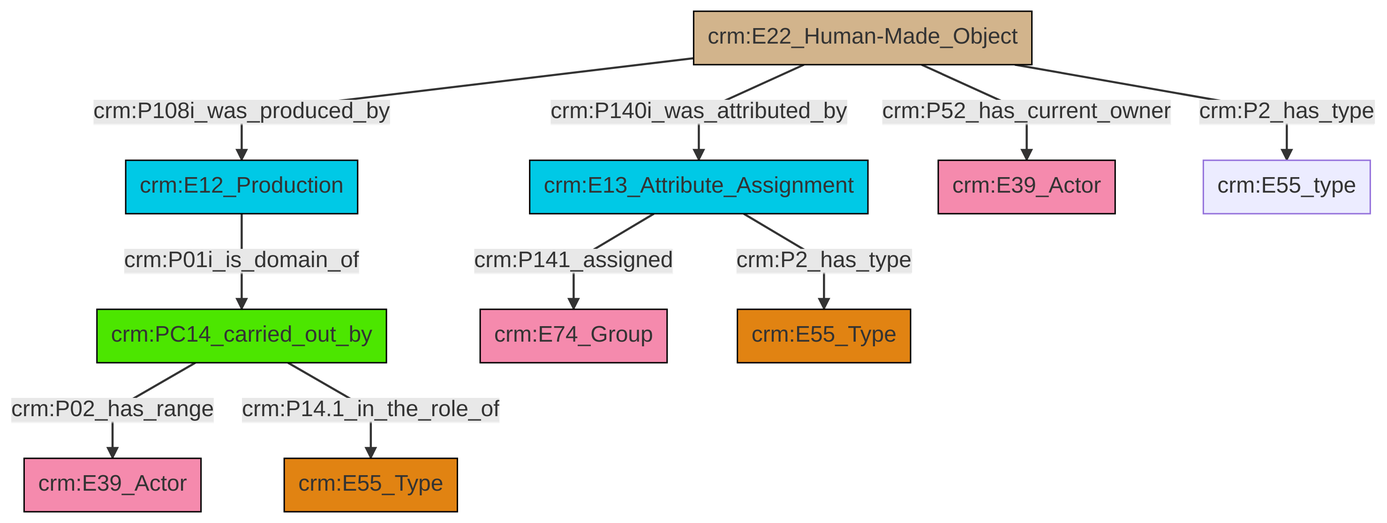
This is et/builtWorkCSV/ttl/mmd/png/Built_Work_actor_relations.png from swiss-art-research-net/docs.swissartresearch, a Mermaid export, as it was before one commit. Its source is kept beside it as et/builtWorkCSV/ttl/mmd/Built_Work_actor_relations.ttl.mmd.
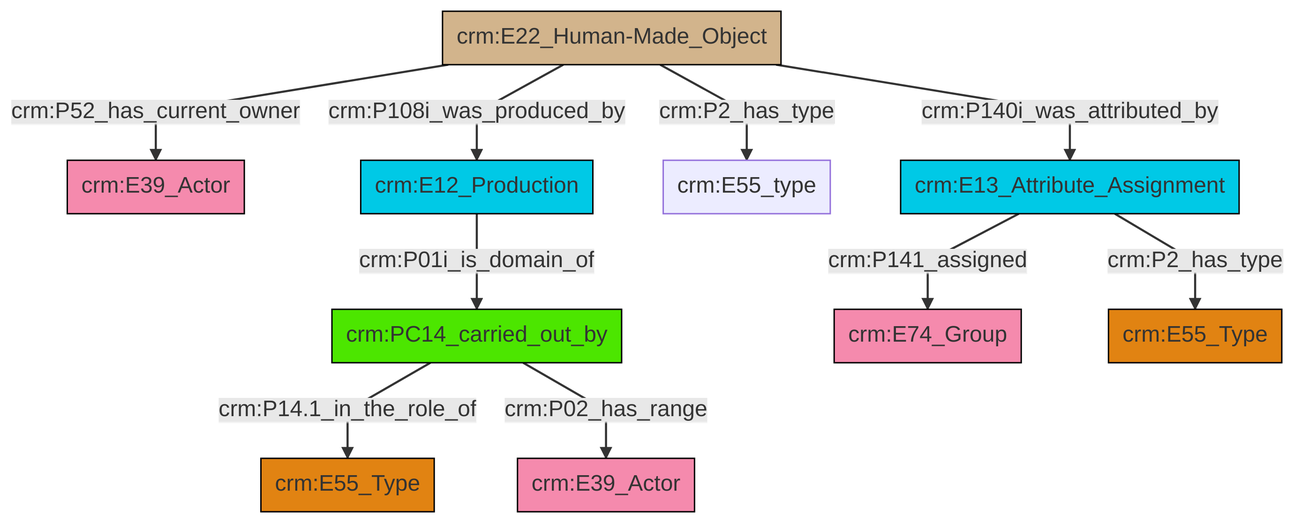
The same diagram one commit later.

What changed in the source:
```diff
@@ -13,12 +13,12 @@
 classDef PC_Classes fill:#4ce600, stroke:#000000;
 classDef Multi fill:#cccccc,stroke:#000000;
 
-0["crm:E22_Human-Made_Object"]:::Physical_Thing -->|crm:P108i_was_produced_by| 1["crm:E12_Production"]:::Temporal_Entity
-2["crm:PC14_carried_out_by"]:::PC_Classes -->|crm:P02_has_range| 3["crm:E39_Actor"]:::Actor
-0["crm:E22_Human-Made_Object"]:::Physical_Thing -->|crm:P52_has_current_owner| 8["crm:E39_Actor"]:::Actor
-4["crm:E13_Attribute_Assignment"]:::Temporal_Entity -->|crm:P141_assigned| 6["crm:E74_Group"]:::Actor
-4["crm:E13_Attribute_Assignment"]:::Temporal_Entity -->|crm:P2_has_type| 9["crm:E55_Type"]:::Type
-2["crm:PC14_carried_out_by"]:::PC_Classes -->|crm:P14.1_in_the_role_of| 12["crm:E55_Type"]:::Type
-0["crm:E22_Human-Made_Object"]:::Physical_Thing -->|crm:P2_has_type| 13["crm:E55_type"]:::Default
-1["crm:E12_Production"]:::Temporal_Entity -->|crm:P01i_is_domain_of| 2["crm:PC14_carried_out_by"]:::PC_Classes
-0["crm:E22_Human-Made_Object"]:::Physical_Thing -->|crm:P140i_was_attributed_by| 4["crm:E13_Attribute_Assignment"]:::Temporal_Entity
+2["crm:E12_Production"]:::Temporal_Entity -->|crm:P01i_is_domain_of| 3["crm:PC14_carried_out_by"]:::PC_Classes
+4["crm:E22_Human-Made_Object"]:::Physical_Thing -->|crm:P2_has_type| 5["crm:E55_type"]:::Default
+3["crm:PC14_carried_out_by"]:::PC_Classes -->|crm:P14.1_in_the_role_of| 6["crm:E55_Type"]:::Type
+4["crm:E22_Human-Made_Object"]:::Physical_Thing -->|crm:P108i_was_produced_by| 2["crm:E12_Production"]:::Temporal_Entity
+7["crm:E13_Attribute_Assignment"]:::Temporal_Entity -->|crm:P141_assigned| 8["crm:E74_Group"]:::Actor
+4["crm:E22_Human-Made_Object"]:::Physical_Thing -->|crm:P52_has_current_owner| 0["crm:E39_Actor"]:::Actor
+4["crm:E22_Human-Made_Object"]:::Physical_Thing -->|crm:P140i_was_attributed_by| 7["crm:E13_Attribute_Assignment"]:::Temporal_Entity
+3["crm:PC14_carried_out_by"]:::PC_Classes -->|crm:P02_has_range| 15["crm:E39_Actor"]:::Actor
+7["crm:E13_Attribute_Assignment"]:::Temporal_Entity -->|crm:P2_has_type| 12["crm:E55_Type"]:::Type
```
